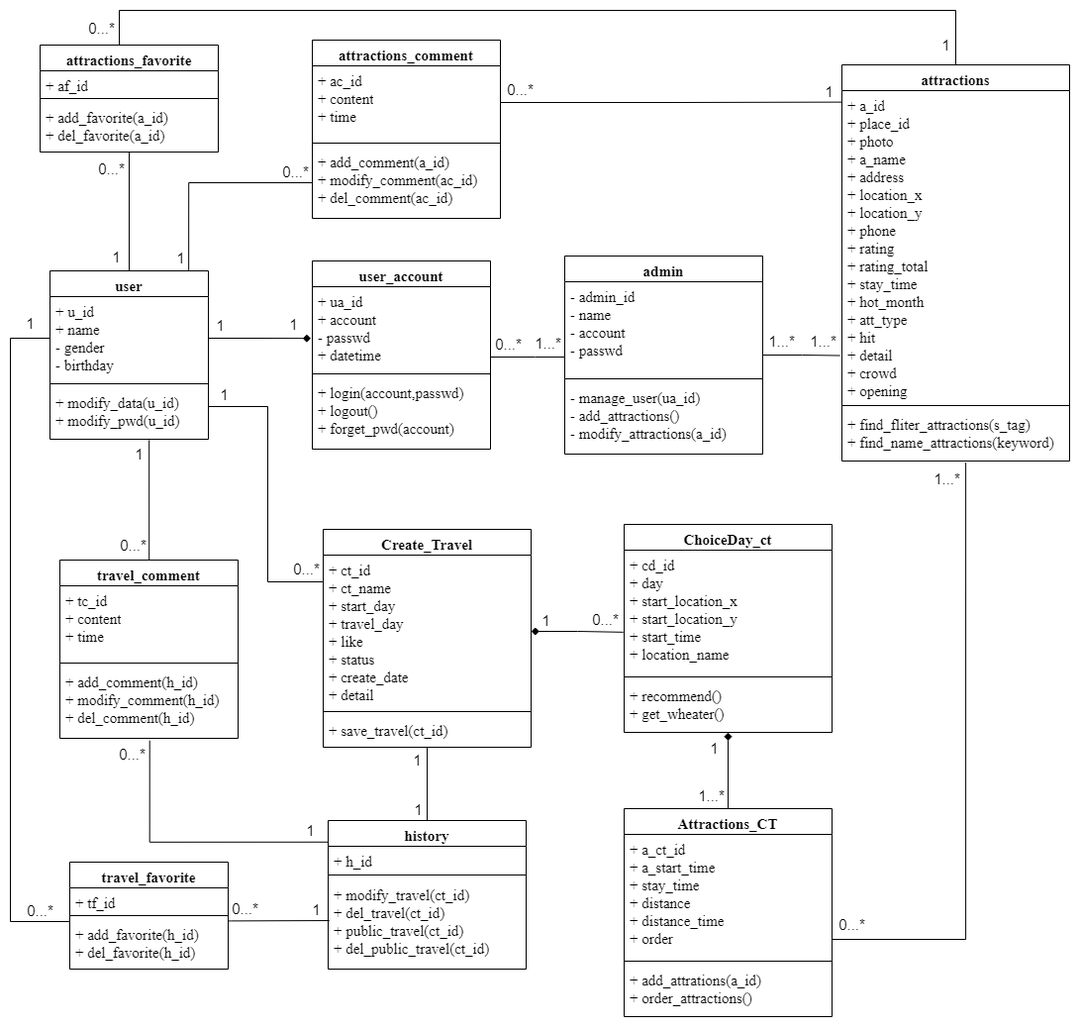
The draw.io diagram UML圖/類別圖/AnalysisClassDiagram1115.png in 10946009/ntub_112403, before a commit. Source tidied: cells renumbered, new cells last; positions are measured from the earlier drawing's top-left corner, leaving out a move shared by most shapes.
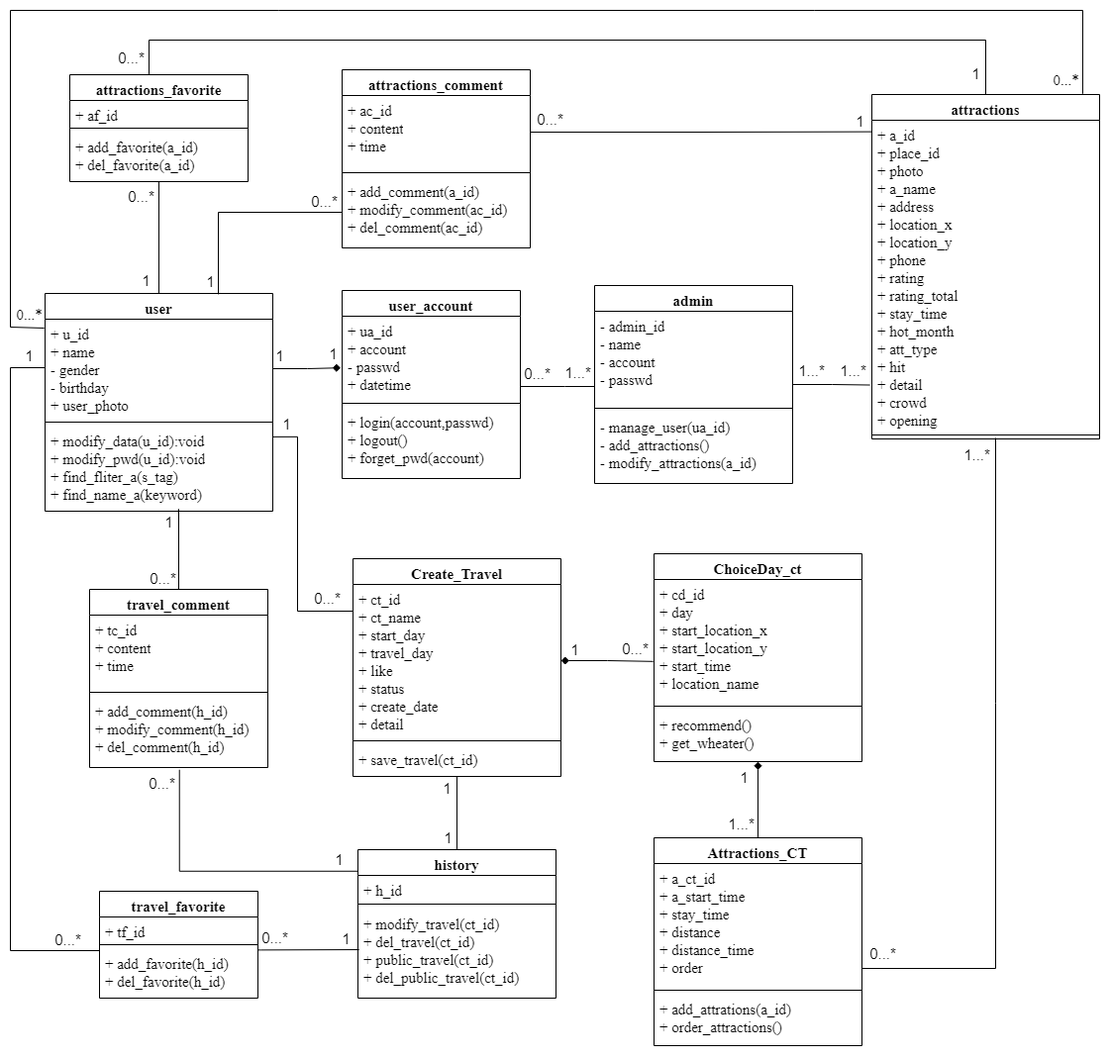
After the change.

Commit message:
修改類別圖內容

Diff of the diagram source:
```diff
@@ -15,16 +15,16 @@
       <mxGeometry y="118" width="180" height="72" as="geometry" />
     </mxCell>
     <mxCell id="6" value="user" style="swimlane;fontStyle=1;align=center;verticalAlign=top;horizontal=1;startSize=26;whiteSpace=wrap;html=1;fontFamily=Times New Roman;fontSize=15;" parent="1" vertex="1">
-      <mxGeometry x="40" y="263" width="160" height="170" as="geometry" />
+      <mxGeometry x="5" y="256" width="230" height="220" as="geometry" />
     </mxCell>
-    <mxCell id="7" value="+ u_id&lt;br style=&quot;font-size: 15px;&quot;&gt;+ name&lt;br style=&quot;font-size: 15px;&quot;&gt;- gender&lt;br style=&quot;font-size: 15px;&quot;&gt;- birthday" style="text;strokeColor=none;fillColor=none;align=left;verticalAlign=top;spacingLeft=4;spacingRight=4;overflow=hidden;points=[[0,0.5],[1,0.5]];portConstraint=eastwest;whiteSpace=wrap;html=1;fontFamily=Times New Roman;fontSize=15;" parent="6" vertex="1">
-      <mxGeometry y="26" width="160" height="84" as="geometry" />
+    <mxCell id="7" value="+ u_id&lt;br style=&quot;font-size: 15px;&quot;&gt;+ name&lt;br style=&quot;font-size: 15px;&quot;&gt;- gender&lt;br style=&quot;font-size: 15px;&quot;&gt;- birthday&lt;br&gt;+&amp;nbsp;user_photo" style="text;strokeColor=none;fillColor=none;align=left;verticalAlign=top;spacingLeft=4;spacingRight=4;overflow=hidden;points=[[0,0.5],[1,0.5]];portConstraint=eastwest;whiteSpace=wrap;html=1;fontFamily=Times New Roman;fontSize=15;" parent="6" vertex="1">
+      <mxGeometry y="26" width="230" height="100" as="geometry" />
     </mxCell>
     <mxCell id="8" style="line;strokeWidth=1;fillColor=none;align=left;verticalAlign=middle;spacingTop=-1;spacingLeft=3;spacingRight=3;labelPosition=right;strokeColor=inherit;fontFamily=Times New Roman;fontSize=15;" parent="6" vertex="1">
-      <mxGeometry y="110" width="160" height="8" as="geometry" />
+      <mxGeometry y="126" width="230" height="8" as="geometry" />
     </mxCell>
-    <mxCell id="9" value="+ modify_data(u_id)&lt;br style=&quot;font-size: 15px;&quot;&gt;+ modify_pwd(u_id)&amp;nbsp;" style="text;strokeColor=none;fillColor=none;align=left;verticalAlign=top;spacingLeft=4;spacingRight=4;overflow=hidden;points=[[0,0.5],[1,0.5]];portConstraint=eastwest;whiteSpace=wrap;html=1;fontFamily=Times New Roman;fontSize=15;" parent="6" vertex="1">
-      <mxGeometry y="118" width="160" height="52" as="geometry" />
+    <mxCell id="9" value="+ modify_data(u_id):void&lt;br style=&quot;border-color: var(--border-color);&quot;&gt;+ modify_pwd(u_id):void&lt;br style=&quot;border-color: var(--border-color);&quot;&gt;+ find_fliter_a(s_tag)&lt;br style=&quot;border-color: var(--border-color);&quot;&gt;+ find_name_a(keyword)" style="text;strokeColor=none;fillColor=none;align=left;verticalAlign=top;spacingLeft=4;spacingRight=4;overflow=hidden;points=[[0,0.5],[1,0.5]];portConstraint=eastwest;whiteSpace=wrap;html=1;fontFamily=Times New Roman;fontSize=15;" parent="6" vertex="1">
+      <mxGeometry y="134" width="230" height="86" as="geometry" />
     </mxCell>
     <mxCell id="10" style="edgeStyle=orthogonalEdgeStyle;rounded=0;jettySize=auto;html=1;endArrow=none;endFill=0;startArrow=none;startFill=0;fontSize=15;" parent="1" edge="1" source="13" target="6">
       <mxGeometry relative="1" as="geometry" />
@@ -113,7 +113,7 @@
       <mxGeometry y="188" width="210" height="32" as="geometry" />
     </mxCell>
     <mxCell id="36" value="attractions" style="swimlane;fontStyle=1;align=center;verticalAlign=top;horizontal=1;startSize=26;whiteSpace=wrap;html=1;fontFamily=Times New Roman;fontSize=15;" parent="1" vertex="1">
-      <mxGeometry x="840" y="55" width="230" height="400" as="geometry" />
+      <mxGeometry x="840" y="55" width="230" height="348" as="geometry" />
     </mxCell>
     <mxCell id="37" value="+ a_id&lt;br style=&quot;border-color: var(--border-color);&quot;&gt;+ place_id&lt;br style=&quot;border-color: var(--border-color);&quot;&gt;&lt;span style=&quot;border-color: var(--border-color);&quot;&gt;+ photo&lt;/span&gt;&lt;br style=&quot;border-color: var(--border-color);&quot;&gt;&lt;span style=&quot;border-color: var(--border-color);&quot;&gt;+ a_name&lt;/span&gt;&lt;br style=&quot;border-color: var(--border-color);&quot;&gt;&lt;span style=&quot;border-color: var(--border-color);&quot;&gt;+ address&lt;/span&gt;&lt;br style=&quot;border-color: var(--border-color);&quot;&gt;&lt;span style=&quot;border-color: var(--border-color);&quot;&gt;+ location_x&lt;/span&gt;&lt;br style=&quot;border-color: var(--border-color);&quot;&gt;&lt;span style=&quot;border-color: var(--border-color);&quot;&gt;+ location_y&lt;/span&gt;&lt;br style=&quot;border-color: var(--border-color);&quot;&gt;&lt;span style=&quot;border-color: var(--border-color);&quot;&gt;+ phone&lt;br style=&quot;border-color: var(--border-color);&quot;&gt;&lt;/span&gt;+ rating&lt;br style=&quot;border-color: var(--border-color);&quot;&gt;+ rating_total&lt;br style=&quot;border-color: var(--border-color);&quot;&gt;+ stay_time&lt;br style=&quot;border-color: var(--border-color);&quot;&gt;+ hot_month&lt;br style=&quot;border-color: var(--border-color);&quot;&gt;&lt;span style=&quot;border-color: var(--border-color);&quot;&gt;+ att_type&lt;br style=&quot;border-color: var(--border-color);&quot;&gt;&lt;/span&gt;+ hit&lt;br style=&quot;border-color: var(--border-color);&quot;&gt;+ detail&lt;br style=&quot;border-color: var(--border-color);&quot;&gt;+ crowd&lt;br style=&quot;border-color: var(--border-color);&quot;&gt;&lt;span style=&quot;border-color: var(--border-color);&quot;&gt;+ opening&lt;/span&gt;" style="text;strokeColor=none;fillColor=none;align=left;verticalAlign=top;spacingLeft=4;spacingRight=4;overflow=hidden;points=[[0,0.5],[1,0.5]];portConstraint=eastwest;whiteSpace=wrap;html=1;fontFamily=Times New Roman;fontSize=15;" parent="36" vertex="1">
       <mxGeometry y="26" width="230" height="314" as="geometry" />
@@ -121,9 +121,6 @@
     <mxCell id="38" style="line;strokeWidth=1;fillColor=none;align=left;verticalAlign=middle;spacingTop=-1;spacingLeft=3;spacingRight=3;labelPosition=right;strokeColor=inherit;fontFamily=Times New Roman;fontSize=15;" parent="36" vertex="1">
       <mxGeometry y="340" width="230" height="8" as="geometry" />
     </mxCell>
-    <mxCell id="39" value="+ find_fliter_attractions(s_tag)&lt;br style=&quot;border-color: var(--border-color); font-size: 15px;&quot;&gt;+ find_name_attractions(keyword)" style="text;strokeColor=none;fillColor=none;align=left;verticalAlign=top;spacingLeft=4;spacingRight=4;overflow=hidden;points=[[0,0.5],[1,0.5]];portConstraint=eastwest;whiteSpace=wrap;html=1;fontFamily=Times New Roman;fontSize=15;" parent="36" vertex="1">
-      <mxGeometry y="348" width="230" height="52" as="geometry" />
-    </mxCell>
     <mxCell id="40" style="edgeStyle=orthogonalEdgeStyle;rounded=0;jettySize=auto;html=1;entryX=0.504;entryY=1.031;entryDx=0;entryDy=0;entryPerimeter=0;exitX=-0.001;exitY=0.145;exitDx=0;exitDy=0;exitPerimeter=0;endArrow=none;endFill=0;startArrow=none;startFill=0;fontSize=15;" parent="1" edge="1" source="75" target="24">
       <mxGeometry relative="1" as="geometry">
         <Array as="points">
@@ -209,10 +206,11 @@
         <mxPoint x="-6" y="-12" as="offset" />
       </mxGeometry>
     </mxCell>
-    <mxCell id="60" style="edgeStyle=orthogonalEdgeStyle;rounded=0;jettySize=auto;html=1;exitX=0;exitY=0.5;exitDx=0;exitDy=0;entryX=0.876;entryY=-0.003;entryDx=0;entryDy=0;entryPerimeter=0;endArrow=none;endFill=0;startArrow=none;startFill=0;fontSize=15;" parent="1" edge="1" source="20" target="6">
+    <mxCell id="60" style="edgeStyle=orthogonalEdgeStyle;rounded=0;jettySize=auto;html=1;exitX=0;exitY=0.5;exitDx=0;exitDy=0;entryX=0.76;entryY=0.004;entryDx=0;entryDy=0;endArrow=none;endFill=0;startArrow=none;startFill=0;fontSize=15;entryPerimeter=0;" parent="1" edge="1" source="20" target="6">
       <mxGeometry relative="1" as="geometry">
         <Array as="points">
           <mxPoint x="180" y="174" />
+          <mxPoint x="180" y="257" />
         </Array>
       </mxGeometry>
     </mxCell>
@@ -239,36 +237,35 @@
         <mxPoint y="-10" as="offset" />
       </mxGeometry>
     </mxCell>
-    <mxCell id="66" style="edgeStyle=orthogonalEdgeStyle;rounded=0;jettySize=auto;html=1;entryX=0;entryY=0.117;entryDx=0;entryDy=0;entryPerimeter=0;endArrow=none;endFill=0;startArrow=none;startFill=0;fontSize=15;" parent="1" edge="1" target="33">
+    <mxCell id="66" style="edgeStyle=orthogonalEdgeStyle;rounded=0;jettySize=auto;html=1;entryX=0;entryY=0.117;entryDx=0;entryDy=0;entryPerimeter=0;endArrow=none;endFill=0;startArrow=none;startFill=0;fontSize=15;exitX=1.001;exitY=0.127;exitDx=0;exitDy=0;exitPerimeter=0;" parent="1" edge="1" source="9" target="33">
       <mxGeometry relative="1" as="geometry">
-        <mxPoint x="200" y="400" as="sourcePoint" />
         <Array as="points">
-          <mxPoint x="260" y="400" />
+          <mxPoint x="260" y="401" />
           <mxPoint x="260" y="577" />
+          <mxPoint x="316" y="577" />
         </Array>
       </mxGeometry>
     </mxCell>
     <mxCell id="67" value="1" style="edgeLabel;html=1;align=center;verticalAlign=middle;fontSize=15;" parent="66" vertex="1">
       <mxGeometry x="-0.78" y="4" relative="1" as="geometry">
-        <mxPoint x="-18" y="-9" as="offset" />
+        <mxPoint x="-16" y="-17" as="offset" />
       </mxGeometry>
     </mxCell>
     <mxCell id="68" value="0...*" style="edgeLabel;html=1;align=center;verticalAlign=middle;fontSize=15;" parent="66" vertex="1">
       <mxGeometry x="0.82" y="3" relative="1" as="geometry">
-        <mxPoint y="-11" as="offset" />
+        <mxPoint x="-11" y="-11" as="offset" />
       </mxGeometry>
     </mxCell>
-    <mxCell id="69" style="edgeStyle=orthogonalEdgeStyle;rounded=0;jettySize=auto;html=1;entryX=0.626;entryY=1.017;entryDx=0;entryDy=0;entryPerimeter=0;exitX=0.5;exitY=0;exitDx=0;exitDy=0;endArrow=none;endFill=0;startArrow=none;startFill=0;fontSize=15;" parent="1" edge="1" source="21" target="9">
+    <mxCell id="69" style="edgeStyle=orthogonalEdgeStyle;rounded=0;jettySize=auto;html=1;entryX=0.586;entryY=1.015;entryDx=0;entryDy=0;entryPerimeter=0;exitX=0.5;exitY=0;exitDx=0;exitDy=0;endArrow=none;endFill=0;startArrow=none;startFill=0;fontSize=15;" parent="1" edge="1" source="21" target="9">
       <mxGeometry relative="1" as="geometry">
         <Array as="points">
-          <mxPoint x="140" y="434" />
-          <mxPoint x="140" y="434" />
+          <mxPoint x="140" y="474" />
         </Array>
       </mxGeometry>
     </mxCell>
     <mxCell id="70" value="1" style="edgeLabel;html=1;align=center;verticalAlign=middle;fontSize=15;" parent="69" vertex="1">
       <mxGeometry x="0.83" relative="1" as="geometry">
-        <mxPoint x="-11" y="3" as="offset" />
+        <mxPoint x="-11" y="9" as="offset" />
       </mxGeometry>
     </mxCell>
     <mxCell id="71" value="0...*" style="edgeLabel;html=1;align=center;verticalAlign=middle;fontSize=15;" parent="69" vertex="1">
@@ -321,14 +318,15 @@
     <mxCell id="82" style="edgeStyle=orthogonalEdgeStyle;rounded=0;jettySize=auto;html=1;entryX=0;entryY=0.5;entryDx=0;entryDy=0;endArrow=none;endFill=0;startArrow=none;startFill=0;fontSize=15;" parent="1" edge="1" source="28" target="7">
       <mxGeometry relative="1" as="geometry">
         <Array as="points">
-          <mxPoint y="920" />
-          <mxPoint y="331" />
+          <mxPoint x="-30" y="920" />
+          <mxPoint x="-30" y="331" />
+          <mxPoint x="5" y="331" />
         </Array>
       </mxGeometry>
     </mxCell>
     <mxCell id="83" value="1" style="edgeLabel;html=1;align=center;verticalAlign=middle;fontSize=15;" parent="82" vertex="1">
       <mxGeometry x="0.95" y="3" relative="1" as="geometry">
-        <mxPoint x="-3" y="-13" as="offset" />
+        <mxPoint x="1" y="-10" as="offset" />
       </mxGeometry>
     </mxCell>
     <mxCell id="84" value="0...*" style="edgeLabel;html=1;align=center;verticalAlign=middle;fontSize=15;" parent="82" vertex="1">
@@ -379,8 +377,9 @@
         <mxPoint x="-8" y="-14" as="offset" />
       </mxGeometry>
     </mxCell>
-    <mxCell id="95" style="edgeStyle=orthogonalEdgeStyle;rounded=0;jettySize=auto;html=1;entryX=0.544;entryY=1.031;entryDx=0;entryDy=0;entryPerimeter=0;endArrow=none;endFill=0;fontSize=15;" parent="1" edge="1" source="54" target="39">
+    <mxCell id="95" style="edgeStyle=orthogonalEdgeStyle;rounded=0;jettySize=auto;html=1;endArrow=none;endFill=0;fontSize=15;" parent="1" edge="1" source="54">
       <mxGeometry relative="1" as="geometry">
+        <mxPoint x="965" y="402" as="targetPoint" />
         <Array as="points">
           <mxPoint x="965" y="938" />
         </Array>
@@ -396,5 +395,24 @@
         <mxPoint x="-3" y="-12" as="offset" />
       </mxGeometry>
     </mxCell>
+    <mxCell id="98" style="edgeStyle=orthogonalEdgeStyle;rounded=0;jettySize=auto;html=1;entryX=0.926;entryY=-0.002;entryDx=0;entryDy=0;endArrow=none;endFill=0;exitX=-0.004;exitY=0.09;exitDx=0;exitDy=0;exitPerimeter=0;entryPerimeter=0;" parent="1" edge="1" source="7" target="36">
+      <mxGeometry relative="1" as="geometry">
+        <Array as="points">
+          <mxPoint x="-30" y="290" />
+          <mxPoint x="-30" y="-30" />
+          <mxPoint x="1053" y="-30" />
+        </Array>
+      </mxGeometry>
+    </mxCell>
+    <mxCell id="99" value="0...*" style="edgeLabel;html=1;align=center;verticalAlign=middle;fontSize=15;fontFamily=Times New Roman;" parent="98" vertex="1">
+      <mxGeometry x="-0.98" y="-1" relative="1" as="geometry">
+        <mxPoint x="3" y="-13" as="offset" />
+      </mxGeometry>
+    </mxCell>
+    <mxCell id="100" value="0...*" style="edgeLabel;html=1;align=center;verticalAlign=middle;fontFamily=Times New Roman;fontSize=15;" parent="98" vertex="1">
+      <mxGeometry x="0.97" y="-2" relative="1" as="geometry">
+        <mxPoint x="-16" y="8" as="offset" />
+      </mxGeometry>
+    </mxCell>
   </root>
 </mxGraphModel>
```
